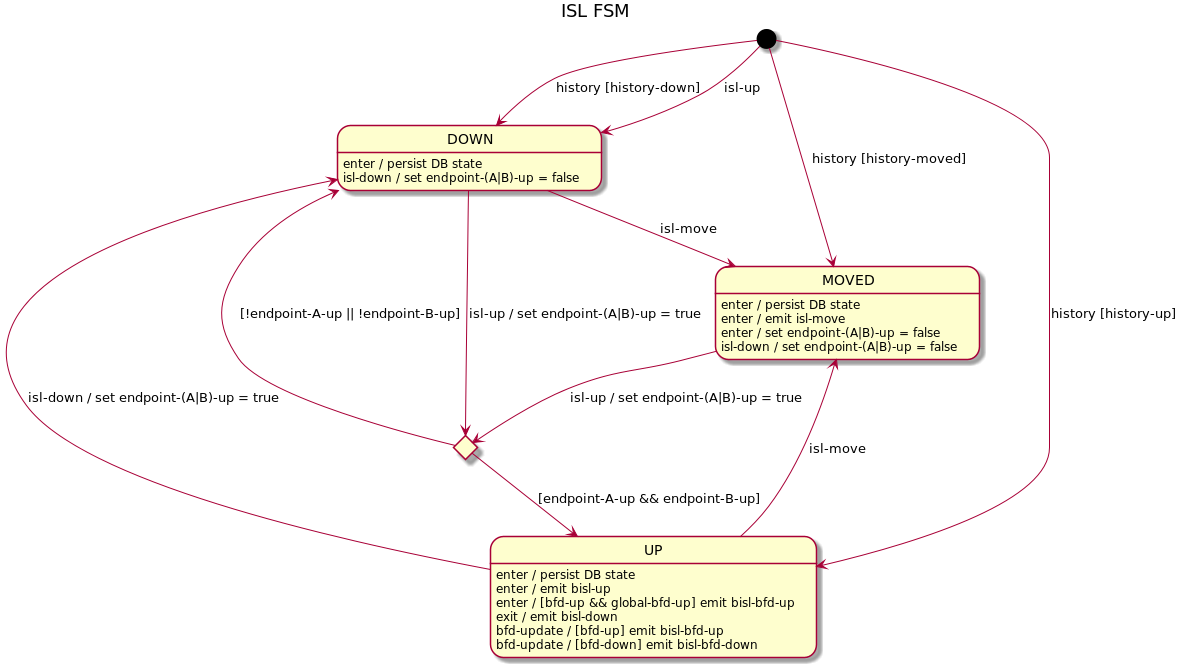
This is docs/design/network-discovery/ISL-FSM.png from telstra/open-kilda, a PlantUML export, as it was before one commit.
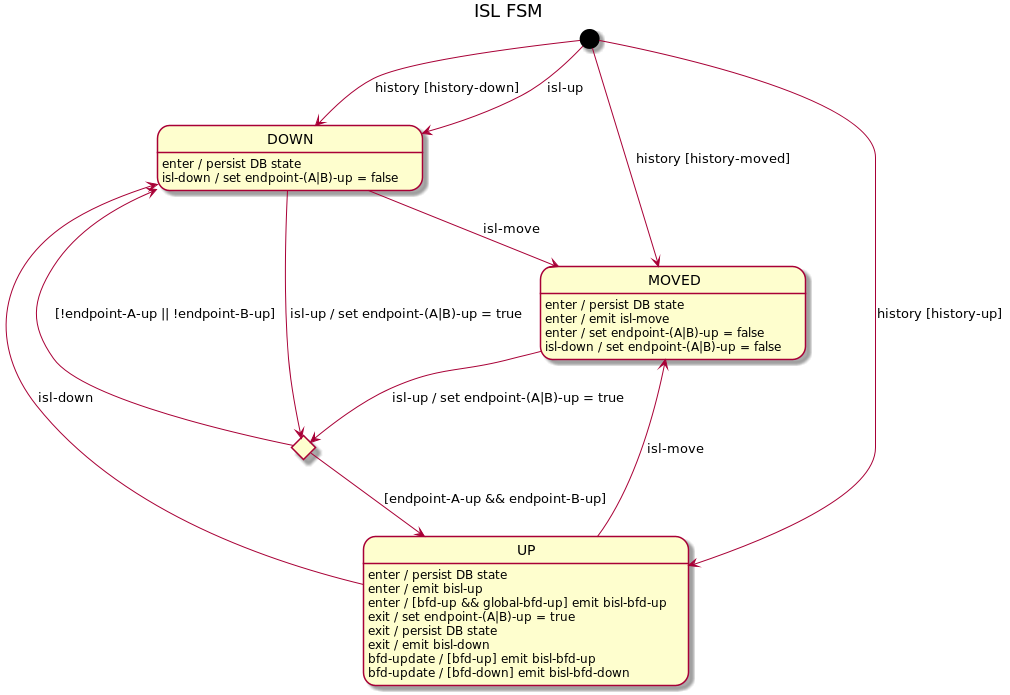
The same file after the commit.

Commit message:
Move "reroute trigger" logic into enter/exit handlers of UP state (IslFsm)

Diff of the diagram source:
```diff
@@ -16,11 +16,13 @@
 upAttempt --> UP : [endpoint-A-up && endpoint-B-up]
 upAttempt --> DOWN : [!endpoint-A-up || !endpoint-B-up]
 
-UP --> DOWN : isl-down / set endpoint-(A|B)-up = true
+UP --> DOWN : isl-down
 UP --> MOVED : isl-move
 UP : enter / persist DB state
 UP : enter / emit bisl-up
 UP : enter / [bfd-up && global-bfd-up] emit bisl-bfd-up
+UP : exit / set endpoint-(A|B)-up = true
+UP : exit / persist DB state
 UP : exit / emit bisl-down
 UP : bfd-update / [bfd-up] emit bisl-bfd-up
 UP : bfd-update / [bfd-down] emit bisl-bfd-down
```
